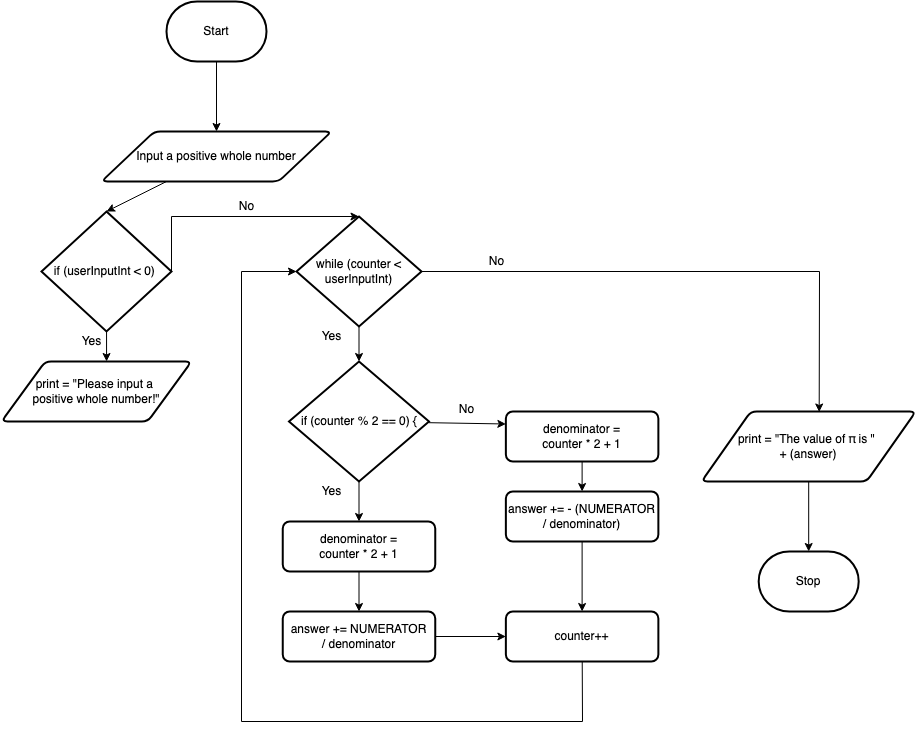
Above: design/flow-chart.png in Kenny-Le-281/ICS2O-Assignment-05-JS (draw.io), before the change. Source tidied: cells renumbered, new cells last; positions are measured from the earlier drawing's top-left corner, leaving out a move shared by most shapes.
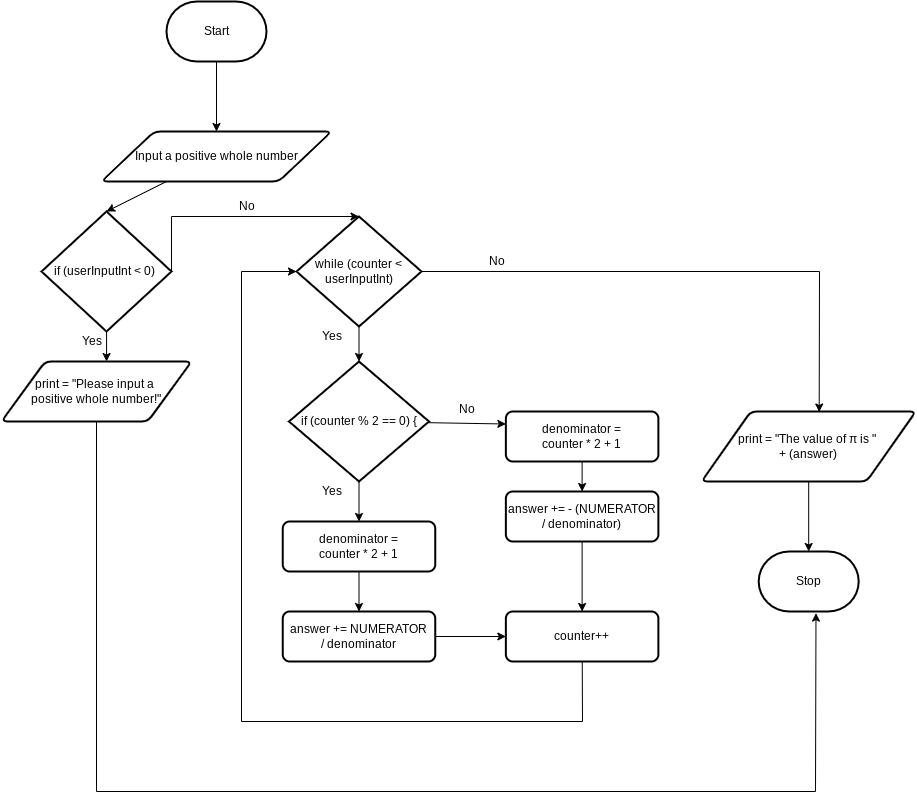
Above is the later version.

What changed in the source:
```diff
@@ -27,6 +27,14 @@
     <mxCell id="8" value="if (userInputInt &amp;lt; 0)&amp;nbsp;" style="strokeWidth=2;html=1;shape=mxgraph.flowchart.decision;whiteSpace=wrap;" parent="1" vertex="1">
       <mxGeometry x="40" y="210" width="130" height="120" as="geometry" />
     </mxCell>
+    <mxCell id="35" style="edgeStyle=none;html=1;entryX=0.573;entryY=1.027;entryDx=0;entryDy=0;entryPerimeter=0;rounded=0;" parent="1" edge="1" source="9" target="34">
+      <mxGeometry relative="1" as="geometry">
+        <Array as="points">
+          <mxPoint x="95" y="790" />
+          <mxPoint x="814" y="790" />
+        </Array>
+      </mxGeometry>
+    </mxCell>
     <mxCell id="9" value="print =&amp;nbsp;&quot;Please input a &lt;br&gt;positive whole number!&quot;" style="shape=parallelogram;html=1;strokeWidth=2;perimeter=parallelogramPerimeter;whiteSpace=wrap;rounded=1;arcSize=12;size=0.23;" parent="1" vertex="1">
       <mxGeometry y="360" width="190" height="60" as="geometry" />
     </mxCell>
```
